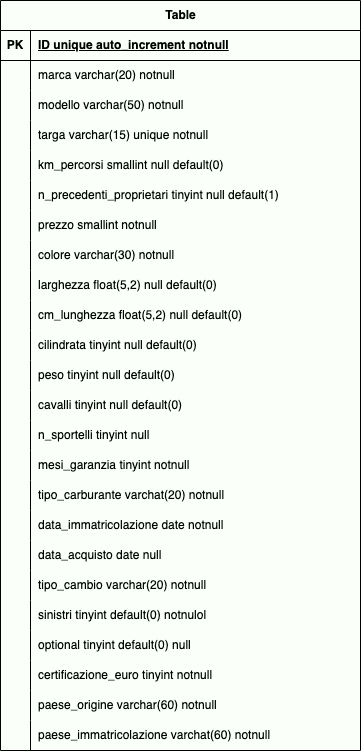
The draw.io diagram DB auto usate.png in DaviGel/db-first, before a commit. Source tidied: cells renumbered, new cells last; positions are measured from the earlier drawing's top-left corner, leaving out a move shared by most shapes.
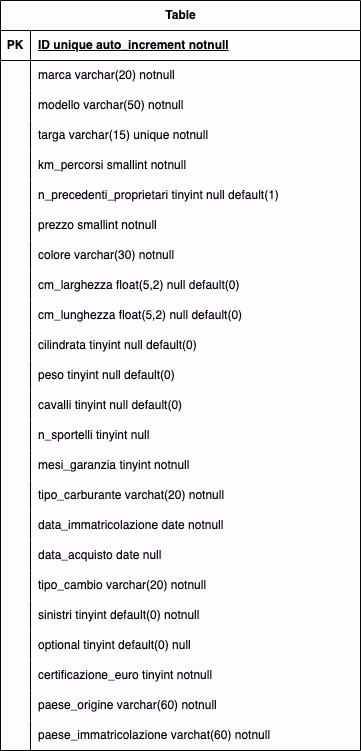
Later version of the same file.

Commit message:
feat: esercizio corretto

Diff of the diagram source:
```diff
@@ -47,7 +47,7 @@
     <mxCell id="16" style="shape=partialRectangle;fillColor=none;top=0;left=0;bottom=0;right=0;overflow=hidden;whiteSpace=wrap;html=1;" parent="15" vertex="1">
       <mxGeometry width="30" height="30" as="geometry" />
     </mxCell>
-    <mxCell id="17" value="km_percorsi smallint null default(0)" style="shape=partialRectangle;fillColor=none;top=0;left=0;bottom=0;right=0;align=left;spacingLeft=6;overflow=hidden;whiteSpace=wrap;html=1;" parent="15" vertex="1">
+    <mxCell id="17" value="km_percorsi smallint notnull" style="shape=partialRectangle;fillColor=none;top=0;left=0;bottom=0;right=0;align=left;spacingLeft=6;overflow=hidden;whiteSpace=wrap;html=1;" parent="15" vertex="1">
       <mxGeometry x="30" width="330" height="30" as="geometry" />
     </mxCell>
     <mxCell id="18" style="shape=tableRow;horizontal=0;startSize=0;swimlaneHead=0;swimlaneBody=0;fillColor=none;top=0;left=0;right=0;bottom=0;" parent="2" vertex="1">
@@ -83,7 +83,7 @@
     <mxCell id="28" style="shape=partialRectangle;fillColor=none;top=0;left=0;bottom=0;right=0;overflow=hidden;whiteSpace=wrap;html=1;" parent="27" vertex="1">
       <mxGeometry width="30" height="30" as="geometry" />
     </mxCell>
-    <mxCell id="29" value="larghezza float(5,2) null default(0)" style="shape=partialRectangle;fillColor=none;top=0;left=0;bottom=0;right=0;align=left;spacingLeft=6;overflow=hidden;whiteSpace=wrap;html=1;" parent="27" vertex="1">
+    <mxCell id="29" value="cm_larghezza float(5,2) null default(0)" style="shape=partialRectangle;fillColor=none;top=0;left=0;bottom=0;right=0;align=left;spacingLeft=6;overflow=hidden;whiteSpace=wrap;html=1;" parent="27" vertex="1">
       <mxGeometry x="30" width="330" height="30" as="geometry" />
     </mxCell>
     <mxCell id="30" style="shape=tableRow;horizontal=0;startSize=0;swimlaneHead=0;swimlaneBody=0;fillColor=none;top=0;left=0;right=0;bottom=0;" parent="2" vertex="1">
@@ -182,7 +182,7 @@
     <mxCell id="61" style="shape=partialRectangle;fillColor=none;top=0;left=0;bottom=0;right=0;overflow=hidden;whiteSpace=wrap;html=1;" parent="60" vertex="1">
       <mxGeometry width="30" height="30" as="geometry" />
     </mxCell>
-    <mxCell id="62" value="sinistri tinyint default(0) notnulol" style="shape=partialRectangle;fillColor=none;top=0;left=0;bottom=0;right=0;align=left;spacingLeft=6;overflow=hidden;whiteSpace=wrap;html=1;" parent="60" vertex="1">
+    <mxCell id="62" value="sinistri tinyint default(0) notnull" style="shape=partialRectangle;fillColor=none;top=0;left=0;bottom=0;right=0;align=left;spacingLeft=6;overflow=hidden;whiteSpace=wrap;html=1;" parent="60" vertex="1">
       <mxGeometry x="30" width="330" height="30" as="geometry" />
     </mxCell>
     <mxCell id="63" style="shape=tableRow;horizontal=0;startSize=0;swimlaneHead=0;swimlaneBody=0;fillColor=none;top=0;left=0;right=0;bottom=0;" parent="2" vertex="1">
```
